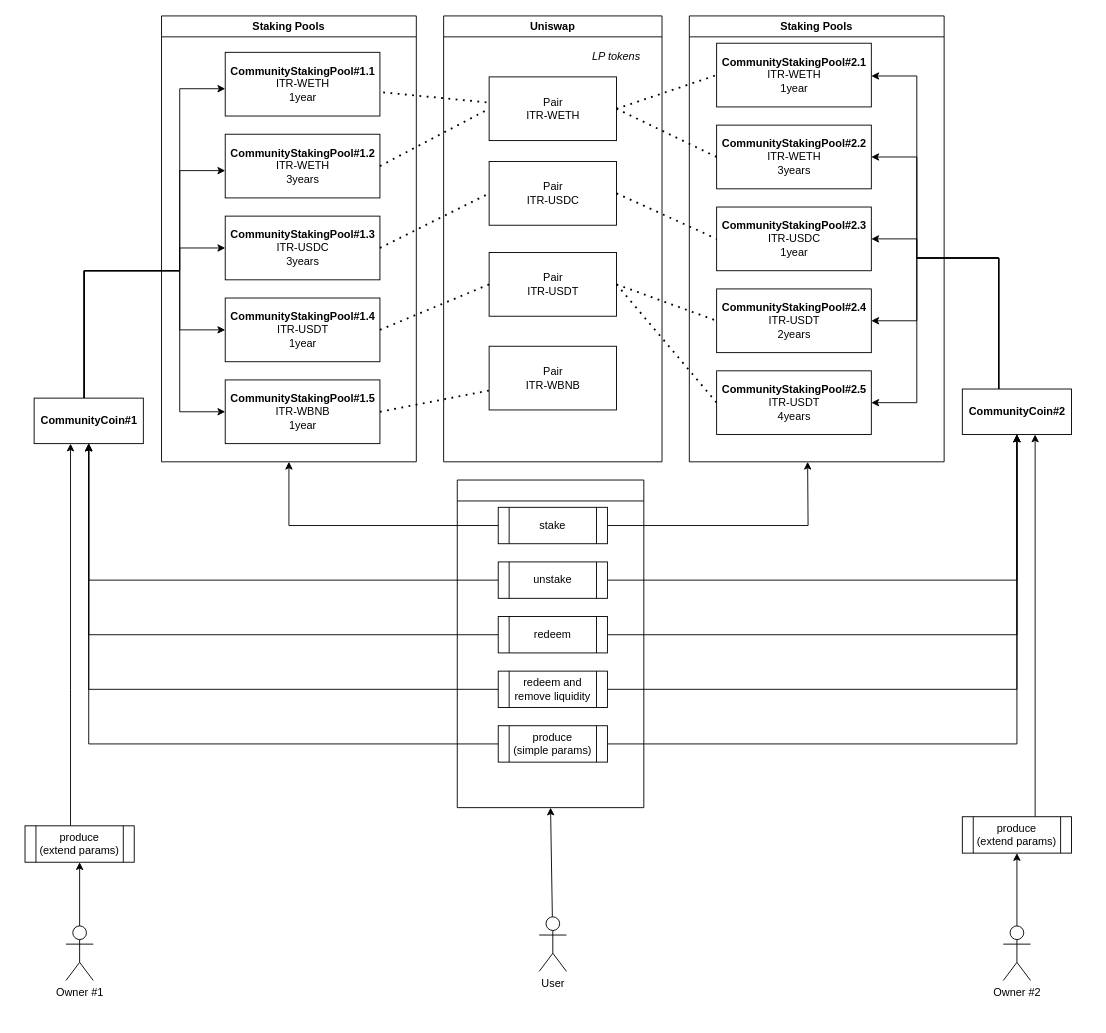
The draw.io diagram diagrams/diagram.hierarchy.drawio in Intercoin/CommunityCoinContract, before the edit. Source tidied: cells renumbered, new cells numbered last; positions are measured from the earlier drawing's top-left corner, leaving out a move shared by most shapes. Both pictures are drawn from the tidied source at 91%, with x=0, y=0 at pixel (25, 15).
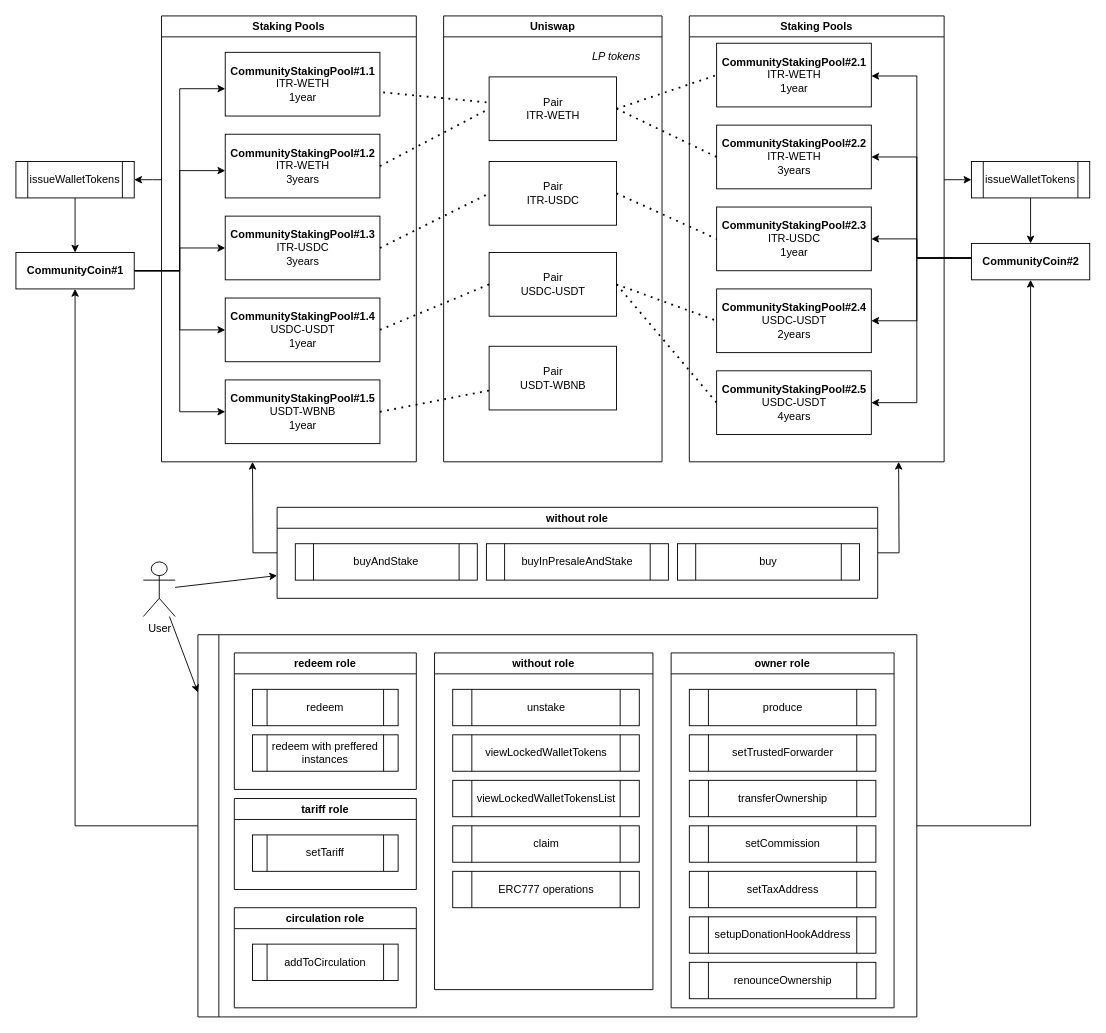
After the change.

The change refers to these unchanged cells:
```xml
<mxCell id="10" value="&lt;b&gt;Community&lt;/b&gt;&lt;b&gt;StakingPool#1.3&lt;/b&gt;&lt;br&gt;ITR-USDC&lt;br&gt;3years" style="html=1;" parent="1" vertex="1">
  <mxGeometry x="220" y="220" width="170" height="70" as="geometry" />
</mxCell>
<mxCell id="11" value="&lt;b&gt;Community&lt;/b&gt;&lt;b&gt;StakingPool#1.2&lt;/b&gt;&lt;br&gt;ITR-WETH&lt;br&gt;3years" style="html=1;" parent="1" vertex="1">
  <mxGeometry x="220" y="130" width="170" height="70" as="geometry" />
</mxCell>
<mxCell id="12" value="&lt;b&gt;CommunityStakingPool#1.1&lt;/b&gt;&lt;br&gt;ITR-WETH&lt;br&gt;1year" style="html=1;" parent="1" vertex="1">
  <mxGeometry x="220" y="40" width="170" height="70" as="geometry" />
</mxCell>
<mxCell id="45" value="Staking Pools" style="swimlane;" parent="1" vertex="1">
  <mxGeometry x="150" width="280" height="490" as="geometry" />
</mxCell>
<mxCell id="46" value="Staking Pools" style="swimlane;" parent="1" vertex="1">
  <mxGeometry x="730" width="280" height="490" as="geometry" />
</mxCell>
```

Diff of the diagram source:
```diff
@@
     <mxCell id="2" style="edgeStyle=orthogonalEdgeStyle;rounded=0;jettySize=auto;html=1;entryX=0;entryY=0.5;entryDx=0;entryDy=0;" parent="1" edge="1" source="7" target="8">
       <mxGeometry relative="1" as="geometry">
         <Array as="points">
-          <mxPoint x="65" y="280" />
           <mxPoint x="170" y="280" />
           <mxPoint x="170" y="435" />
         </Array>
       </mxGeometry>
     </mxCell>
     <mxCell id="3" style="edgeStyle=orthogonalEdgeStyle;rounded=0;jettySize=auto;html=1;" parent="1" edge="1" source="7" target="9">
       <mxGeometry relative="1" as="geometry">
         <Array as="points">
-          <mxPoint x="65" y="280" />
           <mxPoint x="170" y="280" />
           <mxPoint x="170" y="345" />
         </Array>
       </mxGeometry>
     </mxCell>
     <mxCell id="4" style="edgeStyle=orthogonalEdgeStyle;rounded=0;jettySize=auto;html=1;" parent="1" edge="1" source="7" target="10">
       <mxGeometry relative="1" as="geometry">
         <Array as="points">
-          <mxPoint x="65" y="280" />
           <mxPoint x="170" y="280" />
           <mxPoint x="170" y="255" />
         </Array>
       </mxGeometry>
     </mxCell>
     <mxCell id="5" style="edgeStyle=orthogonalEdgeStyle;rounded=0;jettySize=auto;html=1;" parent="1" edge="1" source="7" target="11">
       <mxGeometry relative="1" as="geometry">
         <Array as="points">
-          <mxPoint x="65" y="280" />
           <mxPoint x="170" y="280" />
           <mxPoint x="170" y="170" />
         </Array>
       </mxGeometry>
     </mxCell>
     <mxCell id="6" style="edgeStyle=orthogonalEdgeStyle;rounded=0;jettySize=auto;html=1;" parent="1" edge="1" source="7" target="12">
       <mxGeometry relative="1" as="geometry">
         <Array as="points">
-          <mxPoint x="65" y="280" />
           <mxPoint x="170" y="280" />
           <mxPoint x="170" y="80" />
         </Array>
       </mxGeometry>
     </mxCell>
     <mxCell id="7" value="&lt;b&gt;CommunityCoin#1&lt;/b&gt;" style="html=1;" parent="1" vertex="1">
-      <mxGeometry x="10" y="420" width="120" height="50" as="geometry" />
+      <mxGeometry x="-10" y="260" width="130" height="40" as="geometry" />
     </mxCell>
-    <mxCell id="8" value="&lt;b&gt;Community&lt;/b&gt;&lt;b&gt;StakingPool#1.5&lt;/b&gt;&lt;br&gt;ITR-WBNB&lt;br&gt;1year" style="html=1;" parent="1" vertex="1">
+    <mxCell id="8" value="&lt;b&gt;Community&lt;/b&gt;&lt;b&gt;StakingPool#1.5&lt;/b&gt;&lt;br&gt;USDT-WBNB&lt;br&gt;1year" style="html=1;" parent="1" vertex="1">
       <mxGeometry x="220" y="400" width="170" height="70" as="geometry" />
     </mxCell>
-    <mxCell id="9" value="&lt;b&gt;Community&lt;/b&gt;&lt;b&gt;StakingPool#1.4&lt;/b&gt;&lt;br&gt;ITR-USDT&lt;br&gt;1year" style="html=1;" parent="1" vertex="1">
+    <mxCell id="9" value="&lt;b&gt;Community&lt;/b&gt;&lt;b&gt;StakingPool#1.4&lt;/b&gt;&lt;br&gt;USDC-USDT&lt;br&gt;1year" style="html=1;" parent="1" vertex="1">
       <mxGeometry x="220" y="310" width="170" height="70" as="geometry" />
     </mxCell>
@@
     <mxCell id="18" value="&lt;b&gt;CommunityCoin#2&lt;/b&gt;" style="html=1;" parent="1" vertex="1">
-      <mxGeometry x="1030" y="410" width="120" height="50" as="geometry" />
+      <mxGeometry x="1040" y="250" width="130" height="40" as="geometry" />
     </mxCell>
-    <mxCell id="19" value="&lt;b&gt;Community&lt;/b&gt;&lt;b&gt;StakingPool#2.5&lt;/b&gt;&lt;br&gt;ITR-USDT&lt;br&gt;4years" style="html=1;" parent="1" vertex="1">
+    <mxCell id="19" value="&lt;b&gt;Community&lt;/b&gt;&lt;b&gt;StakingPool#2.5&lt;/b&gt;&lt;br&gt;USDC-USDT&lt;br&gt;4years" style="html=1;" parent="1" vertex="1">
       <mxGeometry x="760" y="390" width="170" height="70" as="geometry" />
     </mxCell>
-    <mxCell id="20" value="&lt;b&gt;Community&lt;/b&gt;&lt;b&gt;StakingPool#2.4&lt;/b&gt;&lt;br&gt;ITR-USDT&lt;br&gt;2years" style="html=1;" parent="1" vertex="1">
+    <mxCell id="20" value="&lt;b&gt;Community&lt;/b&gt;&lt;b&gt;StakingPool#2.4&lt;/b&gt;&lt;br&gt;USDC-USDT&lt;br&gt;2years" style="html=1;" parent="1" vertex="1">
       <mxGeometry x="760" y="300" width="170" height="70" as="geometry" />
     </mxCell>
@@
-    <mxCell id="25" value="Pair&lt;br&gt;ITR-USDT" style="html=1;" parent="1" vertex="1">
+    <mxCell id="25" value="Pair&lt;br&gt;USDC-USDT" style="html=1;" parent="1" vertex="1">
       <mxGeometry x="510" y="260" width="140" height="70" as="geometry" />
     </mxCell>
-    <mxCell id="26" value="Pair&lt;br&gt;ITR-WBNB" style="html=1;" parent="1" vertex="1">
+    <mxCell id="26" value="Pair&lt;br&gt;USDT-WBNB" style="html=1;" parent="1" vertex="1">
       <mxGeometry x="510" y="363" width="140" height="70" as="geometry" />
     </mxCell>
@@
-    <mxCell id="38" style="edgeStyle=orthogonalEdgeStyle;rounded=0;jettySize=auto;html=1;entryX=0.5;entryY=1;entryDx=0;entryDy=0;" parent="1" edge="1" source="39" target="66">
-      <mxGeometry relative="1" as="geometry" />
-    </mxCell>
-    <mxCell id="39" value="Owner #1" style="shape=umlActor;verticalLabelPosition=bottom;verticalAlign=top;html=1;outlineConnect=0;" parent="1" vertex="1">
-      <mxGeometry x="45" y="1000" width="30" height="60" as="geometry" />
-    </mxCell>
-    <mxCell id="40" style="edgeStyle=orthogonalEdgeStyle;rounded=0;jettySize=auto;html=1;" parent="1" edge="1" source="41" target="64">
-      <mxGeometry relative="1" as="geometry" />
-    </mxCell>
-    <mxCell id="41" value="Owner #2" style="shape=umlActor;verticalLabelPosition=bottom;verticalAlign=top;html=1;outlineConnect=0;" parent="1" vertex="1">
-      <mxGeometry x="1075" y="1000" width="30" height="60" as="geometry" />
-    </mxCell>
     <mxCell id="42" value="User" style="shape=umlActor;verticalLabelPosition=bottom;verticalAlign=top;html=1;outlineConnect=0;" parent="1" vertex="1">
-      <mxGeometry x="565" y="990" width="30" height="60" as="geometry" />
+      <mxGeometry x="130" y="600" width="35" height="60" as="geometry" />
     </mxCell>
@@
+    <mxCell id="68" style="edgeStyle=orthogonalEdgeStyle;rounded=0;jettySize=auto;html=1;" parent="1" edge="1" source="45" target="71">
+      <mxGeometry relative="1" as="geometry">
+        <Array as="points">
+          <mxPoint x="140" y="180" />
+          <mxPoint x="140" y="180" />
+        </Array>
+      </mxGeometry>
+    </mxCell>
@@
+    <mxCell id="69" style="edgeStyle=orthogonalEdgeStyle;rounded=0;jettySize=auto;html=1;" parent="1" edge="1" source="46" target="73">
+      <mxGeometry relative="1" as="geometry">
+        <Array as="points">
+          <mxPoint x="1030" y="180" />
+          <mxPoint x="1030" y="180" />
+        </Array>
+      </mxGeometry>
+    </mxCell>
@@
-    <mxCell id="47" style="endArrow=classic;html=1;rounded=0;entryX=0.5;entryY=1;entryDx=0;entryDy=0;" parent="1" edge="1" source="42" target="67">
-      <mxGeometry relative="1" as="geometry" />
-    </mxCell>
-    <mxCell id="48" style="edgeStyle=orthogonalEdgeStyle;rounded=0;jettySize=auto;html=1;" parent="1" edge="1" source="50">
-      <mxGeometry relative="1" as="geometry">
-        <mxPoint x="860" y="490" as="targetPoint" />
-      </mxGeometry>
-    </mxCell>
-    <mxCell id="49" style="edgeStyle=orthogonalEdgeStyle;rounded=0;jettySize=auto;html=1;entryX=0.5;entryY=1;entryDx=0;entryDy=0;" parent="1" edge="1" source="50" target="45">
-      <mxGeometry relative="1" as="geometry" />
-    </mxCell>
-    <mxCell id="50" value="stake" style="shape=process;whiteSpace=wrap;html=1;backgroundOutline=1;" parent="1" vertex="1">
-      <mxGeometry x="520" y="540" width="120" height="40" as="geometry" />
-    </mxCell>
-    <mxCell id="51" style="edgeStyle=orthogonalEdgeStyle;rounded=0;jettySize=auto;html=1;entryX=0.5;entryY=1;entryDx=0;entryDy=0;" parent="1" edge="1" source="53" target="18">
-      <mxGeometry relative="1" as="geometry" />
-    </mxCell>
-    <mxCell id="52" style="edgeStyle=orthogonalEdgeStyle;rounded=0;jettySize=auto;html=1;entryX=0.5;entryY=1;entryDx=0;entryDy=0;" parent="1" edge="1" source="53" target="7">
-      <mxGeometry relative="1" as="geometry" />
-    </mxCell>
+    <mxCell id="70" style="edgeStyle=orthogonalEdgeStyle;rounded=0;jettySize=auto;html=1;" parent="1" edge="1" source="71" target="7">
+      <mxGeometry relative="1" as="geometry" />
+    </mxCell>
+    <mxCell id="71" value="issueWalletTokens" style="shape=process;whiteSpace=wrap;html=1;backgroundOutline=1;" parent="1" vertex="1">
+      <mxGeometry x="-10" y="160" width="130" height="40" as="geometry" />
+    </mxCell>
+    <mxCell id="72" style="edgeStyle=orthogonalEdgeStyle;rounded=0;jettySize=auto;html=1;entryX=0.5;entryY=0;entryDx=0;entryDy=0;" parent="1" edge="1" source="73" target="18">
+      <mxGeometry relative="1" as="geometry" />
+    </mxCell>
+    <mxCell id="73" value="issueWalletTokens" style="shape=process;whiteSpace=wrap;html=1;backgroundOutline=1;" parent="1" vertex="1">
+      <mxGeometry x="1040" y="160" width="130" height="40" as="geometry" />
+    </mxCell>
+    <mxCell id="74" style="edgeStyle=orthogonalEdgeStyle;rounded=0;jettySize=auto;html=1;entryX=0.5;entryY=1;entryDx=0;entryDy=0;" parent="1" edge="1" source="76" target="18">
+      <mxGeometry relative="1" as="geometry" />
+    </mxCell>
+    <mxCell id="75" style="edgeStyle=orthogonalEdgeStyle;rounded=0;jettySize=auto;html=1;entryX=0.5;entryY=1;entryDx=0;entryDy=0;" parent="1" edge="1" source="76" target="7">
+      <mxGeometry relative="1" as="geometry" />
+    </mxCell>
+    <mxCell id="76" style="swimlane;horizontal=0;whiteSpace=wrap;html=1;" parent="1" vertex="1">
+      <mxGeometry x="190" y="680" width="790" height="420" as="geometry" />
+    </mxCell>
+    <mxCell id="77" value="without role" style="swimlane;whiteSpace=wrap;html=1;" parent="76" vertex="1">
+      <mxGeometry x="260" y="20" width="240" height="370" as="geometry" />
+    </mxCell>
+    <mxCell id="78" value="viewLockedWalletTokens" style="shape=process;whiteSpace=wrap;html=1;backgroundOutline=1;" parent="77" vertex="1">
+      <mxGeometry x="20" y="90" width="205" height="40" as="geometry" />
+    </mxCell>
+    <mxCell id="79" value="viewLockedWalletTokensList" style="shape=process;whiteSpace=wrap;html=1;backgroundOutline=1;" parent="77" vertex="1">
+      <mxGeometry x="20" y="140" width="205" height="40" as="geometry" />
+    </mxCell>
-    <mxCell id="53" value="unstake" style="shape=process;whiteSpace=wrap;html=1;backgroundOutline=1;" parent="1" vertex="1">
-      <mxGeometry x="520" y="600" width="120" height="40" as="geometry" />
+    <mxCell id="53" value="unstake" style="shape=process;whiteSpace=wrap;html=1;backgroundOutline=1;" parent="77" vertex="1">
+      <mxGeometry x="20" y="40" width="205" height="40" as="geometry" />
     </mxCell>
-    <mxCell id="54" style="edgeStyle=orthogonalEdgeStyle;rounded=0;jettySize=auto;html=1;entryX=0.5;entryY=1;entryDx=0;entryDy=0;" parent="1" edge="1" source="56" target="18">
-      <mxGeometry relative="1" as="geometry" />
-    </mxCell>
-    <mxCell id="55" style="edgeStyle=orthogonalEdgeStyle;rounded=0;jettySize=auto;html=1;entryX=0.5;entryY=1;entryDx=0;entryDy=0;" parent="1" edge="1" source="56" target="7">
-      <mxGeometry relative="1" as="geometry" />
-    </mxCell>
+    <mxCell id="80" value="claim" style="shape=process;whiteSpace=wrap;html=1;backgroundOutline=1;" parent="77" vertex="1">
+      <mxGeometry x="20" y="190" width="205" height="40" as="geometry" />
+    </mxCell>
+    <mxCell id="81" value="ERC777 operations" style="shape=process;whiteSpace=wrap;html=1;backgroundOutline=1;" parent="77" vertex="1">
+      <mxGeometry x="20" y="240" width="205" height="40" as="geometry" />
+    </mxCell>
+    <mxCell id="82" value="owner role" style="swimlane;whiteSpace=wrap;html=1;" parent="76" vertex="1">
+      <mxGeometry x="520" y="20" width="245" height="390" as="geometry" />
+    </mxCell>
+    <mxCell id="62" value="produce" style="shape=process;whiteSpace=wrap;html=1;backgroundOutline=1;" parent="82" vertex="1">
+      <mxGeometry x="20" y="40" width="205" height="40" as="geometry" />
+    </mxCell>
+    <mxCell id="83" value="setTrustedForwarder" style="shape=process;whiteSpace=wrap;html=1;backgroundOutline=1;" parent="82" vertex="1">
+      <mxGeometry x="20" y="90" width="205" height="40" as="geometry" />
+    </mxCell>
+    <mxCell id="84" value="transferOwnership" style="shape=process;whiteSpace=wrap;html=1;backgroundOutline=1;" parent="82" vertex="1">
+      <mxGeometry x="20" y="140" width="205" height="40" as="geometry" />
+    </mxCell>
+    <mxCell id="85" value="setCommission" style="shape=process;whiteSpace=wrap;html=1;backgroundOutline=1;" parent="82" vertex="1">
+      <mxGeometry x="20" y="190" width="205" height="40" as="geometry" />
+    </mxCell>
+    <mxCell id="86" value="setTaxAddress" style="shape=process;whiteSpace=wrap;html=1;backgroundOutline=1;" parent="82" vertex="1">
+      <mxGeometry x="20" y="240" width="205" height="40" as="geometry" />
+    </mxCell>
+    <mxCell id="87" value="setupDonationHookAddress" style="shape=process;whiteSpace=wrap;html=1;backgroundOutline=1;" parent="82" vertex="1">
+      <mxGeometry x="20" y="290" width="205" height="40" as="geometry" />
+    </mxCell>
+    <mxCell id="88" value="renounceOwnership" style="shape=process;whiteSpace=wrap;html=1;backgroundOutline=1;" parent="82" vertex="1">
+      <mxGeometry x="20" y="340" width="205" height="40" as="geometry" />
+    </mxCell>
+    <mxCell id="89" value="redeem role" style="swimlane;whiteSpace=wrap;html=1;" parent="76" vertex="1">
+      <mxGeometry x="40" y="20" width="200" height="150" as="geometry" />
+    </mxCell>
-    <mxCell id="56" value="redeem" style="shape=process;whiteSpace=wrap;html=1;backgroundOutline=1;" parent="1" vertex="1">
-      <mxGeometry x="520" y="660" width="120" height="40" as="geometry" />
+    <mxCell id="56" value="redeem" style="shape=process;whiteSpace=wrap;html=1;backgroundOutline=1;" parent="89" vertex="1">
+      <mxGeometry x="20" y="40" width="160" height="40" as="geometry" />
     </mxCell>
-    <mxCell id="57" style="edgeStyle=orthogonalEdgeStyle;rounded=0;jettySize=auto;html=1;entryX=0.5;entryY=1;entryDx=0;entryDy=0;" parent="1" edge="1" source="59" target="18">
-      <mxGeometry relative="1" as="geometry" />
-    </mxCell>
-    <mxCell id="58" style="edgeStyle=orthogonalEdgeStyle;rounded=0;jettySize=auto;html=1;entryX=0.5;entryY=1;entryDx=0;entryDy=0;" parent="1" edge="1" source="59" target="7">
-      <mxGeometry relative="1" as="geometry" />
-    </mxCell>
-    <mxCell id="59" value="redeem and remove liquidity" style="shape=process;whiteSpace=wrap;html=1;backgroundOutline=1;" parent="1" vertex="1">
-      <mxGeometry x="520" y="720" width="120" height="40" as="geometry" />
-    </mxCell>
-    <mxCell id="60" style="edgeStyle=orthogonalEdgeStyle;rounded=0;jettySize=auto;html=1;" parent="1" edge="1" source="62" target="18">
-      <mxGeometry relative="1" as="geometry" />
-    </mxCell>
-    <mxCell id="61" style="edgeStyle=orthogonalEdgeStyle;rounded=0;jettySize=auto;html=1;" parent="1" edge="1" source="62" target="7">
-      <mxGeometry relative="1" as="geometry" />
-    </mxCell>
-    <mxCell id="62" value="produce &lt;br&gt;(simple params)" style="shape=process;whiteSpace=wrap;html=1;backgroundOutline=1;" parent="1" vertex="1">
-      <mxGeometry x="520" y="780" width="120" height="40" as="geometry" />
-    </mxCell>
-    <mxCell id="63" style="edgeStyle=orthogonalEdgeStyle;rounded=0;jettySize=auto;html=1;" parent="1" edge="1" source="64" target="18">
-      <mxGeometry relative="1" as="geometry">
-        <Array as="points">
-          <mxPoint x="1110" y="530" />
-          <mxPoint x="1110" y="530" />
-        </Array>
-      </mxGeometry>
-    </mxCell>
-    <mxCell id="64" value="produce &lt;br&gt;(extend params)" style="shape=process;whiteSpace=wrap;html=1;backgroundOutline=1;" parent="1" vertex="1">
-      <mxGeometry x="1030" y="880" width="120" height="40" as="geometry" />
-    </mxCell>
-    <mxCell id="65" style="edgeStyle=orthogonalEdgeStyle;rounded=0;jettySize=auto;html=1;" parent="1" edge="1" source="66" target="7">
-      <mxGeometry relative="1" as="geometry">
-        <Array as="points">
-          <mxPoint x="50" y="740" />
-          <mxPoint x="50" y="740" />
-        </Array>
-      </mxGeometry>
-    </mxCell>
-    <mxCell id="66" value="produce &lt;br&gt;(extend params)" style="shape=process;whiteSpace=wrap;html=1;backgroundOutline=1;" parent="1" vertex="1">
-      <mxGeometry y="890" width="120" height="40" as="geometry" />
-    </mxCell>
-    <mxCell id="67" style="swimlane;" parent="1" vertex="1">
-      <mxGeometry x="475" y="510" width="205" height="360" as="geometry" />
-    </mxCell>
+    <mxCell id="90" value="redeem with preffered instances" style="shape=process;whiteSpace=wrap;html=1;backgroundOutline=1;" parent="89" vertex="1">
+      <mxGeometry x="20" y="90" width="160" height="40" as="geometry" />
+    </mxCell>
+    <mxCell id="91" value="circulation role" style="swimlane;whiteSpace=wrap;html=1;" parent="76" vertex="1">
+      <mxGeometry x="40" y="300" width="200" height="110" as="geometry" />
+    </mxCell>
+    <mxCell id="92" value="addToCirculation" style="shape=process;whiteSpace=wrap;html=1;backgroundOutline=1;" parent="91" vertex="1">
+      <mxGeometry x="20" y="40" width="160" height="40" as="geometry" />
+    </mxCell>
+    <mxCell id="93" value="tariff role" style="swimlane;whiteSpace=wrap;html=1;" parent="76" vertex="1">
+      <mxGeometry x="40" y="180" width="200" height="100" as="geometry" />
+    </mxCell>
+    <mxCell id="94" value="setTariff" style="shape=process;whiteSpace=wrap;html=1;backgroundOutline=1;" parent="93" vertex="1">
+      <mxGeometry x="20" y="40" width="160" height="40" as="geometry" />
+    </mxCell>
+    <mxCell id="95" style="endArrow=classic;html=1;rounded=0;entryX=0;entryY=0.151;entryDx=0;entryDy=0;entryPerimeter=0;" parent="1" edge="1" source="42" target="76">
+      <mxGeometry relative="1" as="geometry" />
+    </mxCell>
+    <mxCell id="96" style="edgeStyle=orthogonalEdgeStyle;rounded=0;jettySize=auto;html=1;" parent="1" edge="1" source="98">
+      <mxGeometry relative="1" as="geometry">
+        <mxPoint x="250" y="490" as="targetPoint" />
+      </mxGeometry>
+    </mxCell>
+    <mxCell id="97" style="edgeStyle=orthogonalEdgeStyle;rounded=0;jettySize=auto;html=1;" parent="1" edge="1" source="98">
+      <mxGeometry relative="1" as="geometry">
+        <mxPoint x="960" y="490" as="targetPoint" />
+      </mxGeometry>
+    </mxCell>
+    <mxCell id="98" value="without role" style="swimlane;" parent="1" vertex="1">
+      <mxGeometry x="277" y="540" width="660" height="100" as="geometry" />
+    </mxCell>
+    <mxCell id="99" value="buyInPresaleAndStake" style="shape=process;whiteSpace=wrap;html=1;backgroundOutline=1;" parent="98" vertex="1">
+      <mxGeometry x="230" y="40" width="200" height="40" as="geometry" />
+    </mxCell>
+    <mxCell id="100" value="buyAndStake" style="shape=process;whiteSpace=wrap;html=1;backgroundOutline=1;" parent="98" vertex="1">
+      <mxGeometry x="20" y="40" width="200" height="40" as="geometry" />
+    </mxCell>
+    <mxCell id="101" value="buy" style="shape=process;whiteSpace=wrap;html=1;backgroundOutline=1;" parent="98" vertex="1">
+      <mxGeometry x="440" y="40" width="200" height="40" as="geometry" />
+    </mxCell>
+    <mxCell id="102" style="endArrow=classic;html=1;rounded=0;entryX=0;entryY=0.75;entryDx=0;entryDy=0;" parent="1" edge="1" source="42" target="98">
+      <mxGeometry relative="1" as="geometry" />
+    </mxCell>
```
